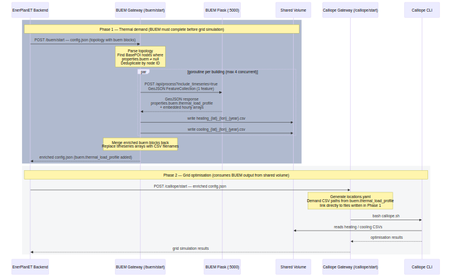
Above: docs/assets/diagrams/req-sequence/req-sequence.png in enerplanet/buem-gateway (Mermaid), before the change. Its source is kept beside it as docs/assets/diagrams/req-sequence/req-sequence.mmd.
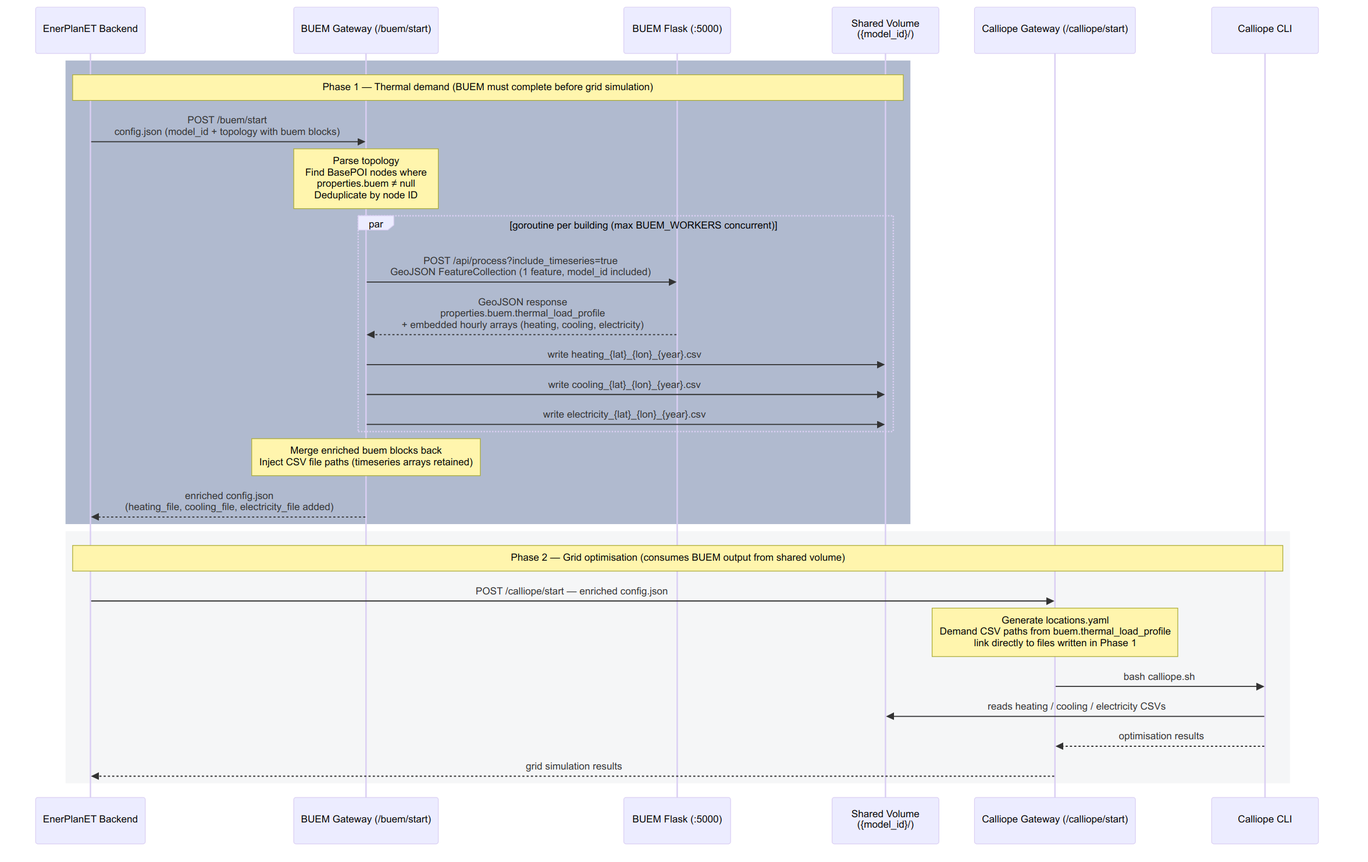
Later version of the same file.

Diff of the diagram source:
```diff
@@ -2,33 +2,34 @@
     participant EP   as EnerPlanET Backend
     participant GW_B as BUEM Gateway (/buem/start)
     participant BM   as BUEM Flask (:5000)
-    participant VOL  as Shared Volume
+    participant VOL  as Shared Volume<br>({model_id}/)
     participant GW_C as Calliope Gateway (/calliope/start)
     participant CAL  as Calliope CLI
 
     rect rgb(176, 186, 207)
         Note over EP,VOL: Phase 1 — Thermal demand  (BUEM must complete before grid simulation)
-        EP->>GW_B: POST /buem/start  —  config.json (topology with buem blocks)
+        EP->>GW_B: POST /buem/start<br>config.json (model_id + topology with buem blocks)
 
-        Note over GW_B: Parse topology<br/>Find BasePOI nodes where<br/>properties.buem ≠ null<br/>Deduplicate by node ID
+        Note over GW_B: Parse topology<br>Find BasePOI nodes where<br>properties.buem ≠ null<br>Deduplicate by node ID
 
-        par goroutine per building (max 4 concurrent)
-            GW_B->>BM: POST /api/process?include_timeseries=true<br/>GeoJSON FeatureCollection (1 feature)
-            BM-->>GW_B: GeoJSON response<br/>properties.buem.thermal_load_profile<br/>+ embedded hourly arrays
+        par goroutine per building (max BUEM_WORKERS concurrent)
+            GW_B->>BM: POST /api/process?include_timeseries=true<br>GeoJSON FeatureCollection (1 feature, model_id included)
+            BM-->>GW_B: GeoJSON response<br>properties.buem.thermal_load_profile<br>+ embedded hourly arrays (heating, cooling, electricity)
             GW_B->>VOL: write heating_{lat}_{lon}_{year}.csv
             GW_B->>VOL: write cooling_{lat}_{lon}_{year}.csv
+            GW_B->>VOL: write electricity_{lat}_{lon}_{year}.csv
         end
 
-        Note over GW_B: Merge enriched buem blocks back<br/>Replace timeseries arrays with CSV filenames
-        GW_B-->>EP: enriched config.json  (buem.thermal_load_profile added)
+        Note over GW_B: Merge enriched buem blocks back<br>Inject CSV file paths (timeseries arrays retained)
+        GW_B-->>EP: enriched config.json<br>(heating_file, cooling_file, electricity_file added)
     end
 
     rect rgb(245, 246, 247)
         Note over EP,CAL: Phase 2 — Grid optimisation  (consumes BUEM output from shared volume)
         EP->>GW_C: POST /calliope/start  —  enriched config.json
-        Note over GW_C: Generate locations.yaml<br/>Demand CSV paths from buem.thermal_load_profile<br/>link directly to files written in Phase 1
+        Note over GW_C: Generate locations.yaml<br>Demand CSV paths from buem.thermal_load_profile<br>link directly to files written in Phase 1
         GW_C->>CAL: bash calliope.sh
-        CAL->>VOL: reads heating / cooling CSVs
+        CAL->>VOL: reads heating / cooling / electricity CSVs
         CAL-->>GW_C: optimisation results
         GW_C-->>EP: grid simulation results
     end
```
